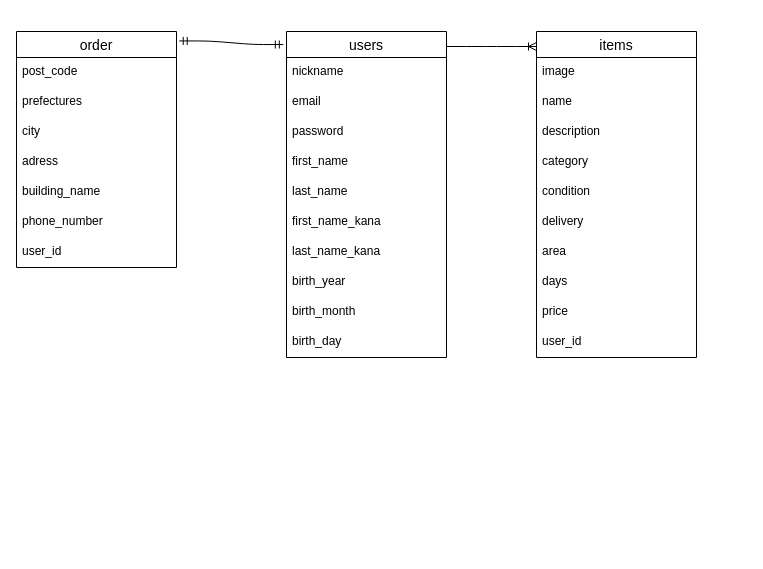
The draw.io diagram furima.dio in yasu27/furima-33987, before the edit. Source tidied: cells renumbered, new cells numbered last; positions are measured from the earlier drawing's top-left corner, leaving out a move shared by most shapes. Both pictures are drawn from the tidied source at 100%, with x=0, y=0 at pixel (16, 31).
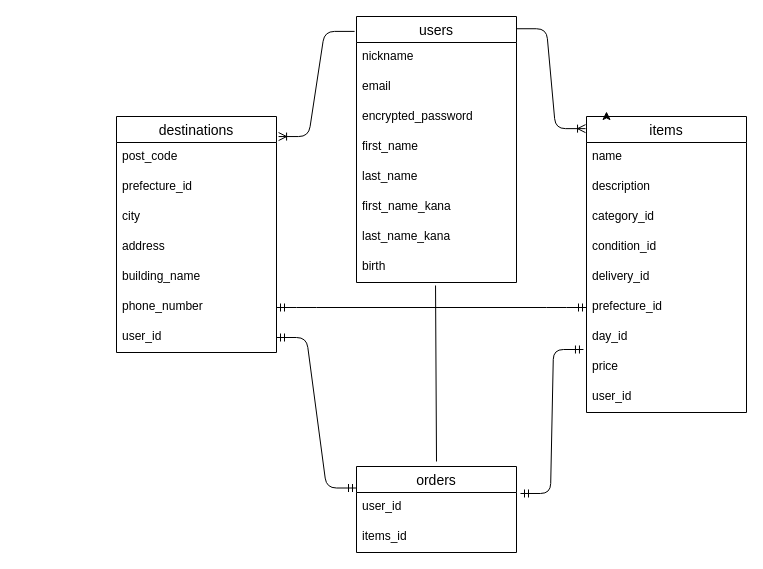
The same page after the edit.

Unchanged cells that the change refers to:
```xml
<mxCell id="30" value="phone_number" style="text;strokeColor=none;fillColor=none;spacingLeft=4;spacingRight=4;overflow=hidden;points=[[0,0.5],[1,0.5]];portConstraint=eastwest;fontSize=12;" parent="24" vertex="1">
  <mxGeometry y="176" width="160" height="30" as="geometry" />
</mxCell>
<mxCell id="31" value="user_id" style="text;strokeColor=none;fillColor=none;spacingLeft=4;spacingRight=4;overflow=hidden;points=[[0,0.5],[1,0.5]];portConstraint=eastwest;fontSize=12;" parent="24" vertex="1">
  <mxGeometry y="206" width="160" height="30" as="geometry" />
</mxCell>
```

The edit, as a diff of the source:
```diff
@@
     <mxCell id="2" value="users" style="swimlane;fontStyle=0;horizontal=1;startSize=26;align=center;fontSize=14;" parent="1" vertex="1">
-      <mxGeometry x="270" width="160" height="326" as="geometry" />
+      <mxGeometry x="340" y="-15" width="160" height="266" as="geometry" />
     </mxCell>
@@
-    <mxCell id="5" value="password" style="text;strokeColor=none;fillColor=none;spacingLeft=4;spacingRight=4;overflow=hidden;fontSize=12;" parent="2" vertex="1">
+    <mxCell id="5" value="encrypted_password" style="text;strokeColor=none;fillColor=none;spacingLeft=4;spacingRight=4;overflow=hidden;fontSize=12;" parent="2" vertex="1">
       <mxGeometry y="86" width="160" height="30" as="geometry" />
     </mxCell>
@@
-    <mxCell id="10" value="birth_year" style="text;strokeColor=none;fillColor=none;spacingLeft=4;spacingRight=4;overflow=hidden;points=[[0,0.5],[1,0.5]];portConstraint=eastwest;fontSize=12;" parent="2" vertex="1">
+    <mxCell id="10" value="birth" style="text;strokeColor=none;fillColor=none;spacingLeft=4;spacingRight=4;overflow=hidden;points=[[0,0.5],[1,0.5]];portConstraint=eastwest;fontSize=12;" parent="2" vertex="1">
       <mxGeometry y="236" width="160" height="30" as="geometry" />
     </mxCell>
-    <mxCell id="11" value="birth_month&#10;&#10;" style="text;strokeColor=none;fillColor=none;spacingLeft=4;spacingRight=4;overflow=hidden;fontSize=12;" parent="2" vertex="1">
-      <mxGeometry y="266" width="160" height="30" as="geometry" />
-    </mxCell>
-    <mxCell id="12" value="birth_day" style="text;strokeColor=none;fillColor=none;spacingLeft=4;spacingRight=4;overflow=hidden;fontSize=12;" parent="2" vertex="1">
-      <mxGeometry y="296" width="160" height="30" as="geometry" />
-    </mxCell>
     <mxCell id="13" value="items" style="swimlane;fontStyle=0;horizontal=1;startSize=26;align=center;fontSize=14;" parent="1" vertex="1">
-      <mxGeometry x="520" width="160" height="326" as="geometry" />
+      <mxGeometry x="570" y="85" width="160" height="296" as="geometry" />
     </mxCell>
-    <mxCell id="14" value="image" style="text;strokeColor=none;fillColor=none;spacingLeft=4;spacingRight=4;overflow=hidden;fontSize=12;" parent="13" vertex="1">
-      <mxGeometry y="26" width="160" height="30" as="geometry" />
-    </mxCell>
     <mxCell id="15" value="name" style="text;strokeColor=none;fillColor=none;spacingLeft=4;spacingRight=4;overflow=hidden;fontSize=12;" parent="13" vertex="1">
-      <mxGeometry y="56" width="160" height="30" as="geometry" />
+      <mxGeometry y="26" width="160" height="30" as="geometry" />
     </mxCell>
     <mxCell id="16" value="description&#10;" style="text;strokeColor=none;fillColor=none;spacingLeft=4;spacingRight=4;overflow=hidden;fontSize=12;" parent="13" vertex="1">
-      <mxGeometry y="86" width="160" height="30" as="geometry" />
+      <mxGeometry y="56" width="160" height="30" as="geometry" />
     </mxCell>
-    <mxCell id="17" value="category&#10;&#10;" style="text;strokeColor=none;fillColor=none;spacingLeft=4;spacingRight=4;overflow=hidden;fontSize=12;" parent="13" vertex="1">
-      <mxGeometry y="116" width="160" height="30" as="geometry" />
+    <mxCell id="17" value="category_id" style="text;strokeColor=none;fillColor=none;spacingLeft=4;spacingRight=4;overflow=hidden;fontSize=12;" parent="13" vertex="1">
+      <mxGeometry y="86" width="160" height="30" as="geometry" />
     </mxCell>
-    <mxCell id="18" value="condition" style="text;strokeColor=none;fillColor=none;spacingLeft=4;spacingRight=4;overflow=hidden;fontSize=12;" parent="13" vertex="1">
-      <mxGeometry y="146" width="160" height="30" as="geometry" />
+    <mxCell id="18" value="condition_id" style="text;strokeColor=none;fillColor=none;spacingLeft=4;spacingRight=4;overflow=hidden;fontSize=12;" parent="13" vertex="1">
+      <mxGeometry y="116" width="160" height="30" as="geometry" />
     </mxCell>
-    <mxCell id="19" value="delivery" style="text;strokeColor=none;fillColor=none;spacingLeft=4;spacingRight=4;overflow=hidden;fontSize=12;" parent="13" vertex="1">
-      <mxGeometry y="176" width="160" height="30" as="geometry" />
+    <mxCell id="19" value="delivery_id" style="text;strokeColor=none;fillColor=none;spacingLeft=4;spacingRight=4;overflow=hidden;fontSize=12;" parent="13" vertex="1">
+      <mxGeometry y="146" width="160" height="30" as="geometry" />
     </mxCell>
-    <mxCell id="20" value="area" style="text;strokeColor=none;fillColor=none;spacingLeft=4;spacingRight=4;overflow=hidden;points=[[0,0.5],[1,0.5]];portConstraint=eastwest;fontSize=12;" parent="13" vertex="1">
-      <mxGeometry y="206" width="160" height="30" as="geometry" />
+    <mxCell id="20" value="prefecture_id" style="text;strokeColor=none;fillColor=none;spacingLeft=4;spacingRight=4;overflow=hidden;points=[[0,0.5],[1,0.5]];portConstraint=eastwest;fontSize=12;" parent="13" vertex="1">
+      <mxGeometry y="176" width="160" height="30" as="geometry" />
     </mxCell>
-    <mxCell id="21" value="days" style="text;strokeColor=none;fillColor=none;spacingLeft=4;spacingRight=4;overflow=hidden;fontSize=12;" parent="13" vertex="1">
-      <mxGeometry y="236" width="160" height="30" as="geometry" />
+    <mxCell id="21" value="day_id" style="text;strokeColor=none;fillColor=none;spacingLeft=4;spacingRight=4;overflow=hidden;fontSize=12;" parent="13" vertex="1">
+      <mxGeometry y="206" width="160" height="30" as="geometry" />
     </mxCell>
     <mxCell id="22" value="price" style="text;strokeColor=none;fillColor=none;spacingLeft=4;spacingRight=4;overflow=hidden;points=[[0,0.5],[1,0.5]];portConstraint=eastwest;fontSize=12;" parent="13" vertex="1">
-      <mxGeometry y="266" width="160" height="30" as="geometry" />
+      <mxGeometry y="236" width="160" height="30" as="geometry" />
     </mxCell>
     <mxCell id="23" value="user_id" style="text;strokeColor=none;fillColor=none;spacingLeft=4;spacingRight=4;overflow=hidden;fontSize=12;" parent="13" vertex="1">
-      <mxGeometry y="296" width="160" height="30" as="geometry" />
+      <mxGeometry y="266" width="160" height="30" as="geometry" />
     </mxCell>
-    <mxCell id="24" value="order" style="swimlane;fontStyle=0;horizontal=1;startSize=26;align=center;fontSize=14;" parent="1" vertex="1">
-      <mxGeometry width="160" height="236" as="geometry" />
+    <mxCell id="24" value="destinations" style="swimlane;fontStyle=0;horizontal=1;startSize=26;align=center;fontSize=14;" parent="1" vertex="1">
+      <mxGeometry x="100" y="85" width="160" height="236" as="geometry" />
     </mxCell>
@@
-    <mxCell id="26" value="prefectures" style="text;strokeColor=none;fillColor=none;spacingLeft=4;spacingRight=4;overflow=hidden;fontSize=12;" parent="24" vertex="1">
+    <mxCell id="26" value="prefecture_id" style="text;strokeColor=none;fillColor=none;spacingLeft=4;spacingRight=4;overflow=hidden;fontSize=12;" parent="24" vertex="1">
       <mxGeometry y="56" width="160" height="30" as="geometry" />
     </mxCell>
@@
-    <mxCell id="28" value="adress" style="text;strokeColor=none;fillColor=none;spacingLeft=4;spacingRight=4;overflow=hidden;fontSize=12;" parent="24" vertex="1">
+    <mxCell id="28" value="address" style="text;strokeColor=none;fillColor=none;spacingLeft=4;spacingRight=4;overflow=hidden;fontSize=12;" parent="24" vertex="1">
       <mxGeometry y="116" width="160" height="30" as="geometry" />
     </mxCell>
@@
-    <mxCell id="32" style="edgeStyle=entityRelationEdgeStyle;fontSize=12;html=1;endArrow=ERoneToMany;exitX=1;exitY=0.046;exitDx=0;exitDy=0;exitPerimeter=0;" parent="1" edge="1" source="2">
-      <mxGeometry relative="1" as="geometry">
-        <mxPoint x="520" y="15" as="targetPoint" />
-      </mxGeometry>
+    <mxCell id="32" style="edgeStyle=entityRelationEdgeStyle;fontSize=12;html=1;endArrow=ERoneToMany;exitX=1;exitY=0.046;exitDx=0;exitDy=0;exitPerimeter=0;entryX=-0.006;entryY=0.041;entryDx=0;entryDy=0;entryPerimeter=0;" parent="1" edge="1" source="2" target="13">
+      <mxGeometry relative="1" as="geometry" />
     </mxCell>
-    <mxCell id="33" style="edgeStyle=entityRelationEdgeStyle;fontSize=12;html=1;endArrow=ERmandOne;startArrow=ERmandOne;exitX=1.017;exitY=0.04;exitDx=0;exitDy=0;exitPerimeter=0;entryX=-0.02;entryY=0.04;entryDx=0;entryDy=0;entryPerimeter=0;" parent="1" edge="1" source="24" target="2">
+    <mxCell id="33" style="edgeStyle=entityRelationEdgeStyle;fontSize=12;html=1;endArrow=ERmandOne;startArrow=ERmandOne;entryX=0;entryY=0.25;entryDx=0;entryDy=0;exitX=1;exitY=0.5;exitDx=0;exitDy=0;" parent="1" edge="1" source="31" target="34">
       <mxGeometry relative="1" as="geometry" />
     </mxCell>
+    <mxCell id="34" value="orders" style="swimlane;fontStyle=0;horizontal=1;startSize=26;align=center;fontSize=14;" parent="1" vertex="1">
+      <mxGeometry x="340" y="435" width="160" height="86" as="geometry" />
+    </mxCell>
+    <mxCell id="35" value="user_id" style="text;strokeColor=none;fillColor=none;spacingLeft=4;spacingRight=4;overflow=hidden;points=[[0,0.5],[1,0.5]];portConstraint=eastwest;fontSize=12;" parent="34" vertex="1">
+      <mxGeometry y="26" width="160" height="30" as="geometry" />
+    </mxCell>
+    <mxCell id="36" value="items_id" style="text;strokeColor=none;fillColor=none;spacingLeft=4;spacingRight=4;overflow=hidden;fontSize=12;" parent="34" vertex="1">
+      <mxGeometry y="56" width="160" height="30" as="geometry" />
+    </mxCell>
+    <mxCell id="37" style="edgeStyle=orthogonalEdgeStyle;rounded=0;orthogonalLoop=1;jettySize=auto;html=1;exitX=0.25;exitY=0;exitDx=0;exitDy=0;entryX=0.125;entryY=-0.017;entryDx=0;entryDy=0;entryPerimeter=0;" parent="1" edge="1" source="13" target="13">
+      <mxGeometry relative="1" as="geometry" />
+    </mxCell>
+    <mxCell id="38" style="edgeStyle=entityRelationEdgeStyle;fontSize=12;html=1;endArrow=ERoneToMany;entryX=1.013;entryY=0.085;entryDx=0;entryDy=0;entryPerimeter=0;exitX=-0.012;exitY=0.056;exitDx=0;exitDy=0;exitPerimeter=0;" parent="1" edge="1" source="2" target="24">
+      <mxGeometry relative="1" as="geometry" />
+    </mxCell>
+    <mxCell id="39" style="edgeStyle=entityRelationEdgeStyle;fontSize=12;html=1;endArrow=ERmandOne;startArrow=ERmandOne;exitX=1;exitY=0.5;exitDx=0;exitDy=0;entryX=0;entryY=0.5;entryDx=0;entryDy=0;" parent="1" edge="1" source="30" target="20">
+      <mxGeometry relative="1" as="geometry" />
+    </mxCell>
+    <mxCell id="40" style="edgeStyle=entityRelationEdgeStyle;fontSize=12;html=1;endArrow=ERmandOne;startArrow=ERmandOne;exitX=1.025;exitY=0.033;exitDx=0;exitDy=0;exitPerimeter=0;entryX=-0.019;entryY=-0.1;entryDx=0;entryDy=0;entryPerimeter=0;" parent="1" edge="1" source="35" target="22">
+      <mxGeometry relative="1" as="geometry" />
+    </mxCell>
+    <mxCell id="41" style="endArrow=none;html=1;rounded=0;exitX=0.494;exitY=1.1;exitDx=0;exitDy=0;exitPerimeter=0;" parent="1" edge="1" source="10">
+      <mxGeometry relative="1" as="geometry">
+        <mxPoint x="420" y="430" as="targetPoint" />
+      </mxGeometry>
+    </mxCell>
```
